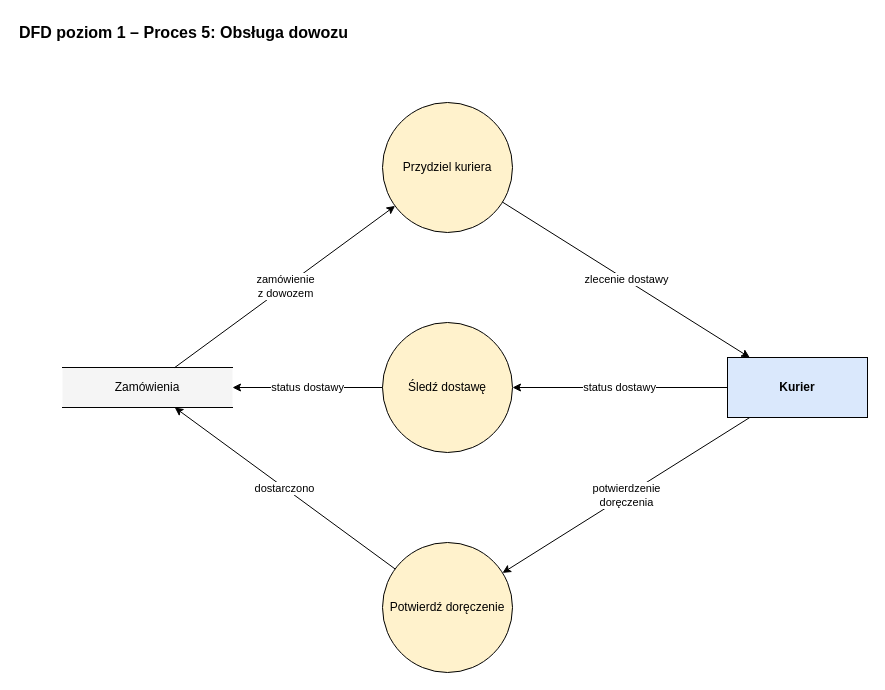
The draw.io diagram diagramy/02_przeplyw_danych/dfd_5_dowoz.drawio in olimo54323/OiZPI-laboratorium, before the edit. Source tidied: cells renumbered, new cells numbered last; positions are measured from the earlier drawing's top-left corner, leaving out a move shared by most shapes. Both pictures are drawn from the tidied source at 100%, with x=0, y=0 at pixel (17, 17).
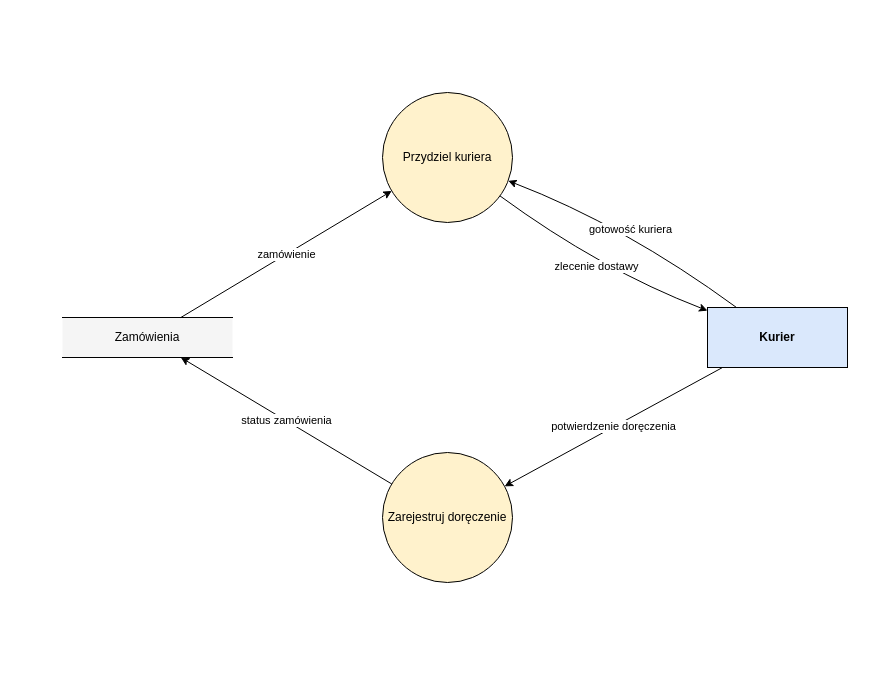
The same diagram, later.

Change to the diagram source:
```diff
@@
 <mxGraphModel>
   <root>
     <mxCell id="0" />
     <mxCell id="1" parent="0" />
-    <mxCell id="2" value="DFD poziom 1 – Proces 5: Obsługa dowozu" style="text;html=1;align=left;verticalAlign=middle;fontSize=16;fontStyle=1;" parent="1" vertex="1">
-      <mxGeometry width="500" height="30" as="geometry" />
-    </mxCell>
     <mxCell id="3" value="Zamówienia" style="shape=partialRectangle;whiteSpace=wrap;html=1;left=0;right=0;fillColor=#f5f5f5;strokeColor=#000000;fontSize=12;" parent="1" vertex="1">
-      <mxGeometry x="45" y="350" width="170" height="40" as="geometry" />
+      <mxGeometry x="45" y="300" width="170" height="40" as="geometry" />
     </mxCell>
     <mxCell id="4" value="Przydziel kuriera" style="ellipse;whiteSpace=wrap;html=1;fillColor=#fff2cc;strokeColor=#000000;fontSize=12;" parent="1" vertex="1">
-      <mxGeometry x="365" y="85" width="130" height="130" as="geometry" />
+      <mxGeometry x="365" y="75" width="130" height="130" as="geometry" />
     </mxCell>
-    <mxCell id="5" value="Śledź dostawę" style="ellipse;whiteSpace=wrap;html=1;fillColor=#fff2cc;strokeColor=#000000;fontSize=12;" parent="1" vertex="1">
-      <mxGeometry x="365" y="305" width="130" height="130" as="geometry" />
-    </mxCell>
-    <mxCell id="6" value="Potwierdź doręczenie" style="ellipse;whiteSpace=wrap;html=1;fillColor=#fff2cc;strokeColor=#000000;fontSize=12;" parent="1" vertex="1">
-      <mxGeometry x="365" y="525" width="130" height="130" as="geometry" />
-    </mxCell>
+    <mxCell id="14" value="Zarejestruj doręczenie" style="ellipse;whiteSpace=wrap;html=1;fillColor=#fff2cc;strokeColor=#000000;fontSize=12;" parent="1" vertex="1">
+      <mxGeometry x="365" y="435" width="130" height="130" as="geometry" />
+    </mxCell>
     <mxCell id="7" value="Kurier" style="rounded=0;whiteSpace=wrap;html=1;fillColor=#dae8fc;strokeColor=#000000;fontStyle=1;fontSize=12;" parent="1" vertex="1">
-      <mxGeometry x="710" y="340" width="140" height="60" as="geometry" />
+      <mxGeometry x="690" y="290" width="140" height="60" as="geometry" />
     </mxCell>
-    <mxCell id="8" value="zamówienie&lt;br&gt;z dowozem" style="endArrow=classic;endFill=1;html=1;rounded=0;labelBackgroundColor=#ffffff;fontSize=11;strokeColor=#000000;" parent="1" edge="1" source="3" target="4">
+    <mxCell id="8" value="zamówienie" style="endArrow=classic;endFill=1;html=1;rounded=0;labelBackgroundColor=#ffffff;fontSize=11;strokeColor=#000000;" parent="1" edge="1" source="3" target="4">
       <mxGeometry relative="1" as="geometry" />
     </mxCell>
-    <mxCell id="9" value="zlecenie dostawy" style="endArrow=classic;endFill=1;html=1;rounded=0;labelBackgroundColor=#ffffff;fontSize=11;strokeColor=#000000;" parent="1" edge="1" source="4" target="7">
-      <mxGeometry relative="1" as="geometry" />
+    <mxCell id="9" value="gotowość kuriera" style="endArrow=classic;endFill=1;html=1;curved=1;labelBackgroundColor=#ffffff;fontSize=11;strokeColor=#000000;" parent="1" edge="1" source="7" target="4">
+      <mxGeometry relative="1" as="geometry">
+        <Array as="points">
+          <mxPoint x="607" y="208" />
+        </Array>
+      </mxGeometry>
     </mxCell>
-    <mxCell id="10" value="status dostawy" style="endArrow=classic;endFill=1;html=1;rounded=0;labelBackgroundColor=#ffffff;fontSize=11;strokeColor=#000000;" parent="1" edge="1" source="7" target="5">
-      <mxGeometry relative="1" as="geometry" />
+    <mxCell id="10" value="zlecenie dostawy" style="endArrow=classic;endFill=1;html=1;curved=1;labelBackgroundColor=#ffffff;fontSize=11;strokeColor=#000000;" parent="1" edge="1" source="4" target="7">
+      <mxGeometry relative="1" as="geometry">
+        <Array as="points">
+          <mxPoint x="583" y="252" />
+        </Array>
+      </mxGeometry>
     </mxCell>
-    <mxCell id="11" value="status dostawy" style="endArrow=classic;endFill=1;html=1;rounded=0;labelBackgroundColor=#ffffff;fontSize=11;strokeColor=#000000;" parent="1" edge="1" source="5" target="3">
+    <mxCell id="11" value="potwierdzenie doręczenia" style="endArrow=classic;endFill=1;html=1;rounded=0;labelBackgroundColor=#ffffff;fontSize=11;strokeColor=#000000;" parent="1" edge="1" source="7" target="14">
       <mxGeometry relative="1" as="geometry" />
     </mxCell>
-    <mxCell id="12" value="potwierdzenie&lt;br&gt;doręczenia" style="endArrow=classic;endFill=1;html=1;rounded=0;labelBackgroundColor=#ffffff;fontSize=11;strokeColor=#000000;" parent="1" edge="1" source="7" target="6">
+    <mxCell id="12" value="status zamówienia" style="endArrow=classic;endFill=1;html=1;rounded=0;labelBackgroundColor=#ffffff;fontSize=11;strokeColor=#000000;" parent="1" edge="1" source="14" target="3">
       <mxGeometry relative="1" as="geometry" />
     </mxCell>
-    <mxCell id="13" value="dostarczono" style="endArrow=classic;endFill=1;html=1;rounded=0;labelBackgroundColor=#ffffff;fontSize=11;strokeColor=#000000;" parent="1" edge="1" source="6" target="3">
-      <mxGeometry relative="1" as="geometry" />
-    </mxCell>
   </root>
 </mxGraphModel>
```
